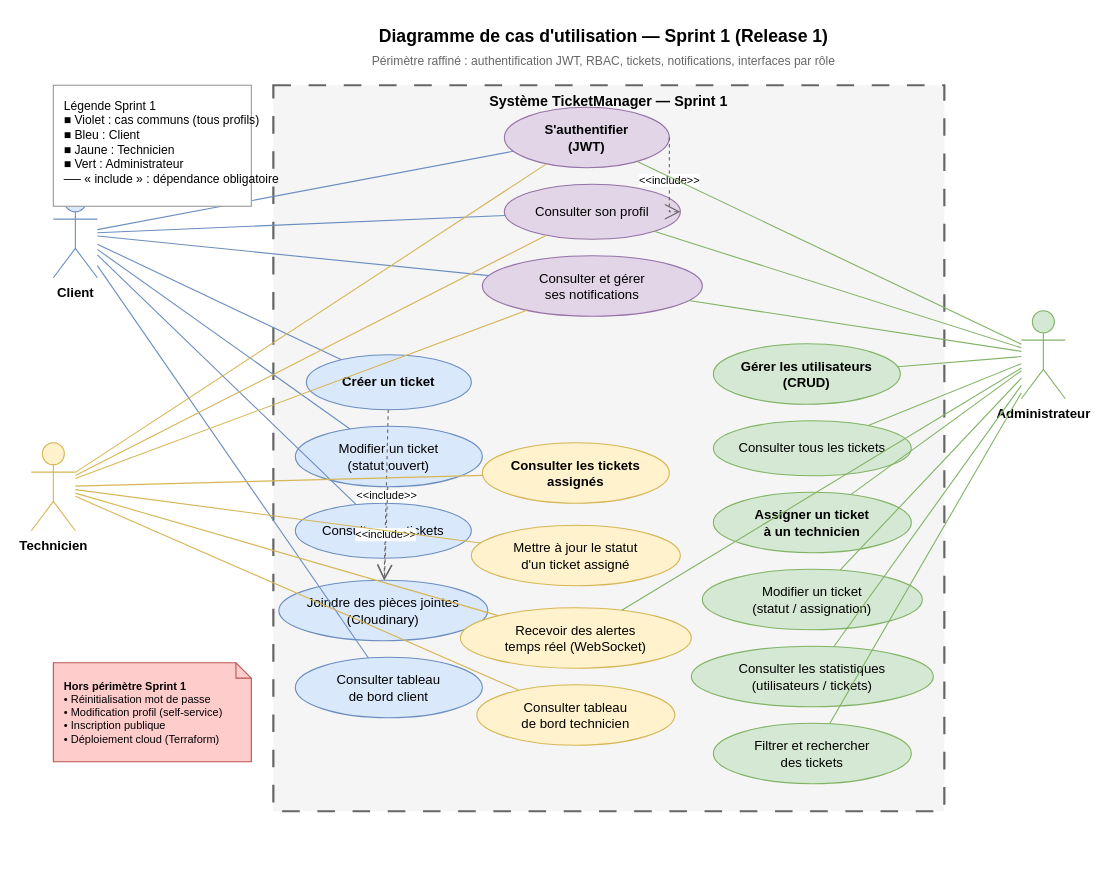
This is docs/diagrammes/cas-utilisation-sprint1.drawio from amelbenhazem/TicketManager, a draw.io file, before an edit. Source tidied: cells renumbered, new cells numbered last; positions are measured from the earlier drawing's top-left corner, leaving out a move shared by most shapes. Both pictures are drawn from the tidied source at 110%, with x=0, y=0 at pixel (31, 19).
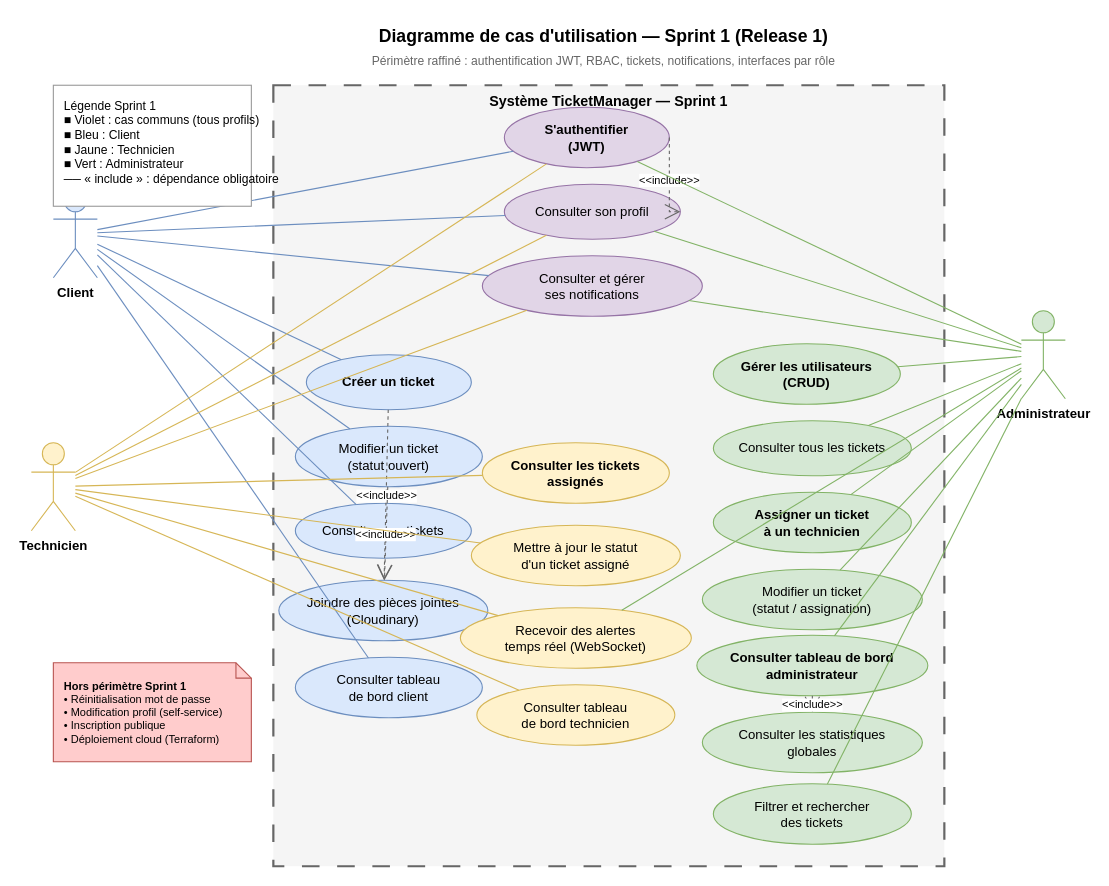
The same diagram, later.

The change refers to these unchanged cells:
```xml
<mxCell id="7" value="Administrateur" style="shape=umlActor;verticalLabelPosition=bottom;verticalAlign=top;html=1;outlineConnect=0;fillColor=#d5e8d4;strokeColor=#82b366;fontStyle=1;" parent="1" vertex="1">
  <mxGeometry x="900" y="265" width="40" height="80" as="geometry" />
</mxCell>
```

What changed in the source:
```diff
@@
     <mxCell id="4" value="Système TicketManager — Sprint 1" style="rounded=0;whiteSpace=wrap;html=1;verticalAlign=top;fontStyle=1;fontSize=13;fillColor=#f5f5f5;strokeColor=#666666;strokeWidth=2;dashed=1;dashPattern=8 8;" parent="1" vertex="1">
-      <mxGeometry x="220" y="60" width="610" height="660" as="geometry" />
+      <mxGeometry x="220" y="60" width="610" height="710" as="geometry" />
     </mxCell>
@@
+    <mxCell id="55" value="Consulter tableau de bord&#10;administrateur" style="ellipse;whiteSpace=wrap;html=1;fillColor=#d5e8d4;strokeColor=#82b366;fontStyle=1;" parent="1" vertex="1">
+      <mxGeometry x="605" y="560" width="210" height="55" as="geometry" />
+    </mxCell>
-    <mxCell id="24" value="Consulter les statistiques&#10;(utilisateurs / tickets)" style="ellipse;whiteSpace=wrap;html=1;fillColor=#d5e8d4;strokeColor=#82b366;" parent="1" vertex="1">
-      <mxGeometry x="600" y="570" width="220" height="55" as="geometry" />
+    <mxCell id="24" value="Consulter les statistiques&#10;globales" style="ellipse;whiteSpace=wrap;html=1;fillColor=#d5e8d4;strokeColor=#82b366;" parent="1" vertex="1">
+      <mxGeometry x="610" y="630" width="200" height="55" as="geometry" />
     </mxCell>
     <mxCell id="25" value="Filtrer et rechercher&#10;des tickets" style="ellipse;whiteSpace=wrap;html=1;fillColor=#d5e8d4;strokeColor=#82b366;" parent="1" vertex="1">
-      <mxGeometry x="620" y="640" width="180" height="55" as="geometry" />
+      <mxGeometry x="620" y="695" width="180" height="55" as="geometry" />
     </mxCell>
@@
+    <mxCell id="56" value="&amp;lt;&amp;lt;include&amp;gt;&amp;gt;" style="endArrow=open;endSize=12;dashed=1;html=1;rounded=0;strokeColor=#666666;fontSize=10;" parent="1" edge="1" source="55" target="24">
+      <mxGeometry relative="1" as="geometry" />
+    </mxCell>
@@
-    <mxCell id="50" style="endArrow=none;html=1;strokeColor=#82b366;" parent="1" edge="1" source="7" target="24">
+    <mxCell id="50" style="endArrow=none;html=1;strokeColor=#82b366;" parent="1" edge="1" source="7" target="55">
       <mxGeometry relative="1" as="geometry" />
     </mxCell>
```
